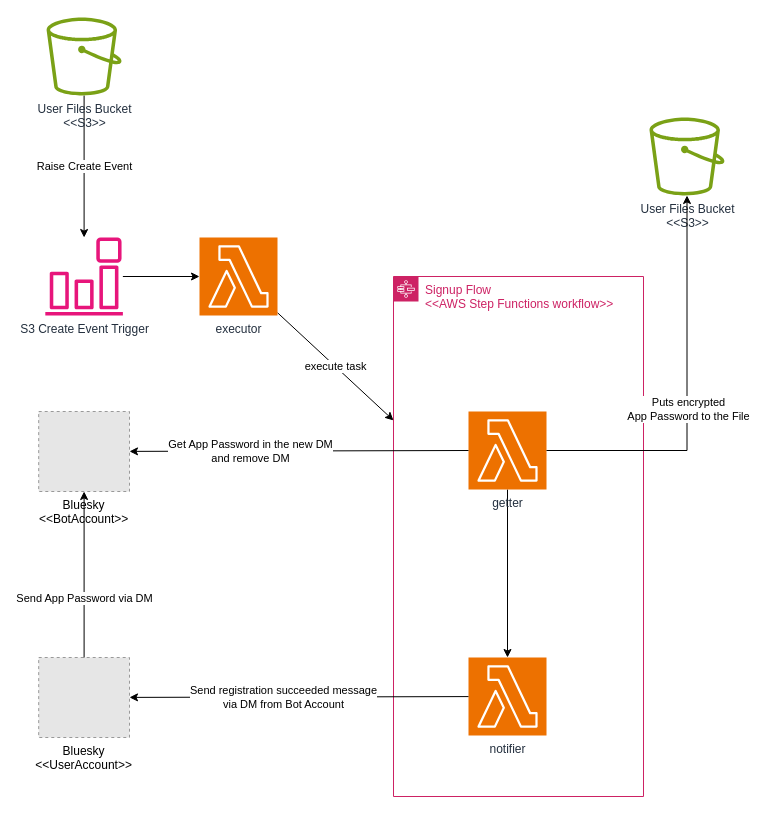
This is page "2.Signup" (2 of 5) of docs/system-design.drawio from sheep-snow/eltler, a draw.io file, before an edit. Source tidied: cells renumbered, new cells numbered last; positions are measured from the earlier drawing's top-left corner, leaving out a move shared by most shapes. Both pictures are drawn from the tidied source at 100%, with x=0, y=0 at pixel (38, 17). Pictures stored in the file or linked from it are replaced by grey dashed boxes.
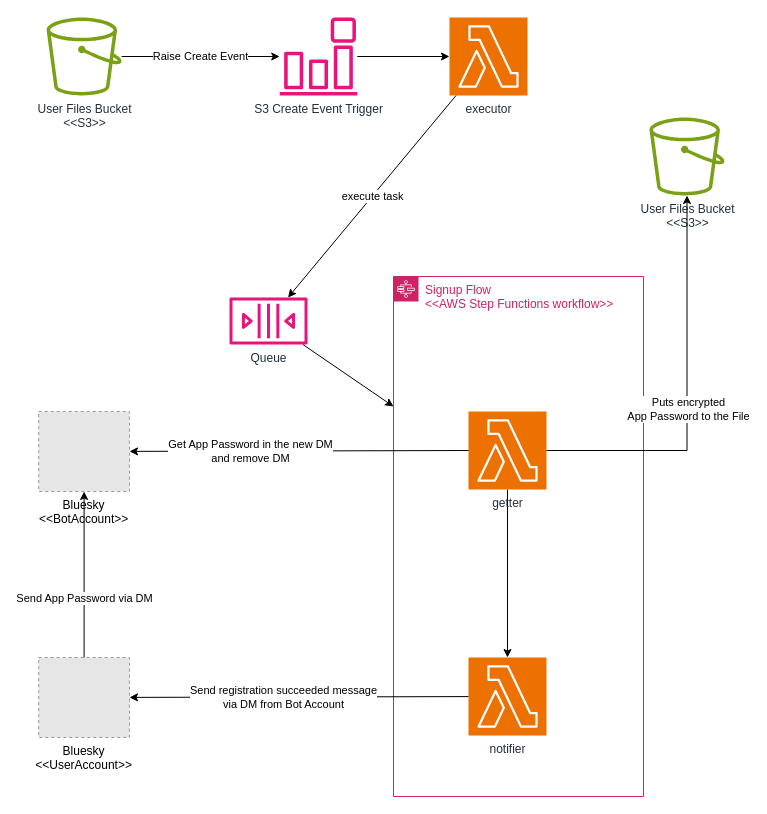
The same page after the edit.

Unchanged cells that the change refers to:
```xml
<mxCell id="2" value="&lt;div&gt;Signup Flow&lt;/div&gt;&amp;lt;&amp;lt;AWS Step Functions workflow&amp;gt;&amp;gt;" style="points=[[0,0],[0.25,0],[0.5,0],[0.75,0],[1,0],[1,0.25],[1,0.5],[1,0.75],[1,1],[0.75,1],[0.5,1],[0.25,1],[0,1],[0,0.75],[0,0.5],[0,0.25]];outlineConnect=0;gradientColor=none;html=1;whiteSpace=wrap;fontSize=12;fontStyle=0;shape=mxgraph.aws4.group;grIcon=mxgraph.aws4.group_aws_step_functions_workflow;strokeColor=#CD2264;fillColor=none;verticalAlign=top;align=left;spacingLeft=30;fontColor=#CD2264;dashed=0;" parent="1" vertex="1">
  <mxGeometry x="355" y="259" width="250" height="520" as="geometry" />
</mxCell>
```

Diff of the diagram source:
```diff
@@
-    <mxCell id="11" value="execute task" style="rounded=0;jettySize=auto;html=1;" parent="1" edge="1" source="12" target="2">
+    <mxCell id="11" value="execute task" style="rounded=0;jettySize=auto;html=1;" parent="1" edge="1" source="12" target="23">
       <mxGeometry relative="1" as="geometry" />
     </mxCell>
     <mxCell id="12" value="executor" style="sketch=0;points=[[0,0,0],[0.25,0,0],[0.5,0,0],[0.75,0,0],[1,0,0],[0,1,0],[0.25,1,0],[0.5,1,0],[0.75,1,0],[1,1,0],[0,0.25,0],[0,0.5,0],[0,0.75,0],[1,0.25,0],[1,0.5,0],[1,0.75,0]];outlineConnect=0;fontColor=#232F3E;fillColor=#ED7100;strokeColor=#ffffff;dashed=0;verticalLabelPosition=bottom;verticalAlign=top;align=center;html=1;fontSize=12;fontStyle=0;shape=mxgraph.aws4.resourceIcon;resIcon=mxgraph.aws4.lambda;" parent="1" vertex="1">
-      <mxGeometry x="161" y="220" width="78" height="78" as="geometry" />
+      <mxGeometry x="411" width="78" height="78" as="geometry" />
     </mxCell>
@@
     <mxCell id="21" value="S3 Create Event Trigger" style="sketch=0;outlineConnect=0;fontColor=#232F3E;gradientColor=none;fillColor=#E7157B;strokeColor=none;dashed=0;verticalLabelPosition=bottom;verticalAlign=top;align=center;html=1;fontSize=12;fontStyle=0;shape=mxgraph.aws4.event_event_based;" parent="1" vertex="1">
-      <mxGeometry x="6.6" y="220" width="78" height="78" as="geometry" />
+      <mxGeometry x="241" width="78" height="78" as="geometry" />
     </mxCell>
+    <mxCell id="22" style="edgeStyle=none;html=1;entryX=0;entryY=0.25;entryDx=0;entryDy=0;" parent="1" edge="1" source="23" target="2">
+      <mxGeometry relative="1" as="geometry" />
+    </mxCell>
+    <mxCell id="23" value="Queue" style="sketch=0;outlineConnect=0;fontColor=#232F3E;gradientColor=none;fillColor=#E7157B;strokeColor=none;dashed=0;verticalLabelPosition=bottom;verticalAlign=top;align=center;html=1;fontSize=12;fontStyle=0;shape=mxgraph.aws4.queue;" parent="1" vertex="1">
+      <mxGeometry x="191" y="280" width="78" height="47" as="geometry" />
+    </mxCell>
```
